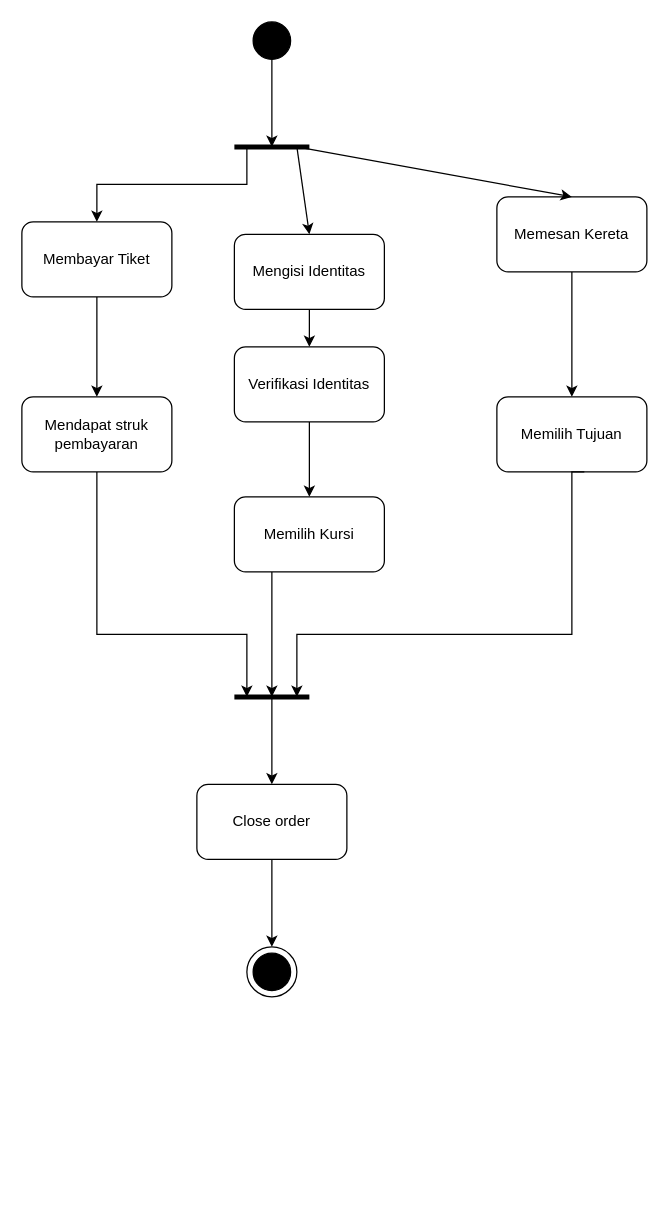
nur-wahid123/belajar keeps this draw.io diagram as OOP/Pertemuan 3/OOP3.drawio. Above is the earlier version. Source tidied: cells renumbered, new cells numbered last; positions are measured from the earlier drawing's top-left corner, leaving out a move shared by most shapes. Both pictures are drawn from the tidied source at 125%, with x=0, y=0 at pixel (21, 21).
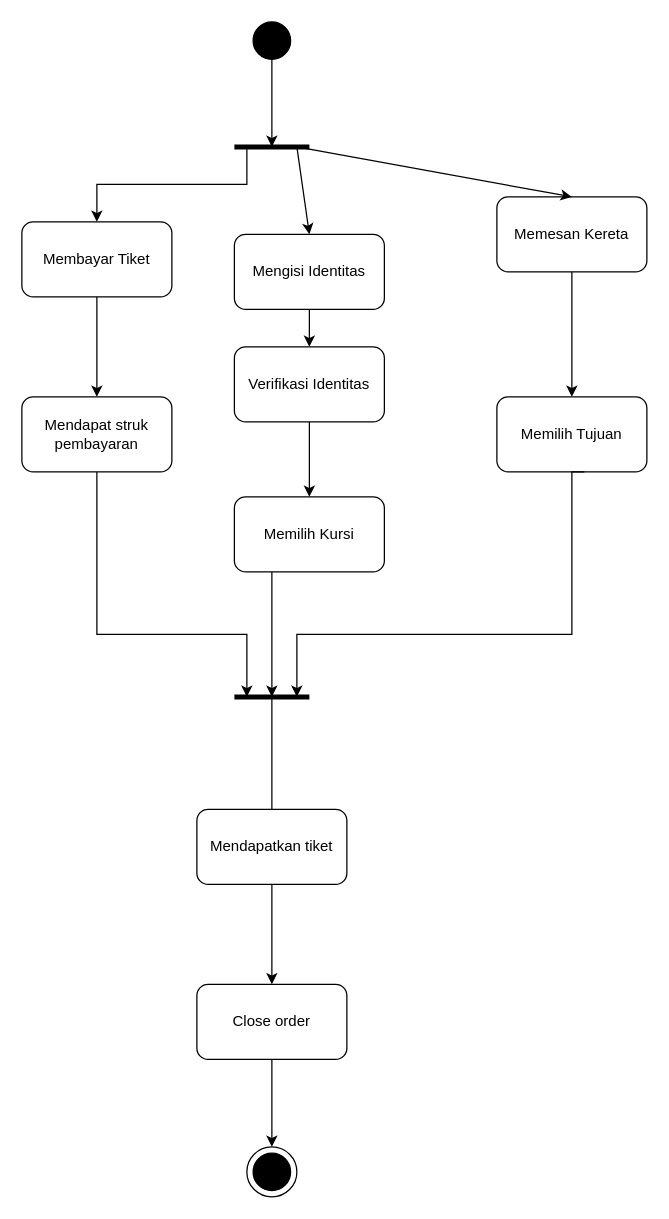
Above is the later version.

The edit, as a diff of the source:
```diff
@@
     <mxCell id="4" style="group;" parent="1" vertex="1">
-      <mxGeometry x="180" y="740" width="40" height="40" as="geometry" />
+      <mxGeometry x="180" y="900" width="40" height="40" as="geometry" />
     </mxCell>
@@
     <mxCell id="20" style="edgeStyle=orthogonalEdgeStyle;rounded=0;jettySize=auto;html=1;strokeWidth=1;" parent="1" edge="1" source="21">
       <mxGeometry relative="1" as="geometry">
-        <mxPoint x="200" y="740" as="targetPoint" />
+        <mxPoint x="200" y="900" as="targetPoint" />
       </mxGeometry>
     </mxCell>
     <mxCell id="21" value="Close order" style="rounded=1;whiteSpace=wrap;html=1;fillColor=#FFFFFF;" parent="1" vertex="1">
-      <mxGeometry x="140" y="610" width="120" height="60" as="geometry" />
+      <mxGeometry x="140" y="770" width="120" height="60" as="geometry" />
     </mxCell>
@@
+    <mxCell id="29" value="Mendapatkan tiket" style="rounded=1;whiteSpace=wrap;html=1;fillColor=#FFFFFF;" parent="1" vertex="1">
+      <mxGeometry x="140" y="630" width="120" height="60" as="geometry" />
+    </mxCell>
```
